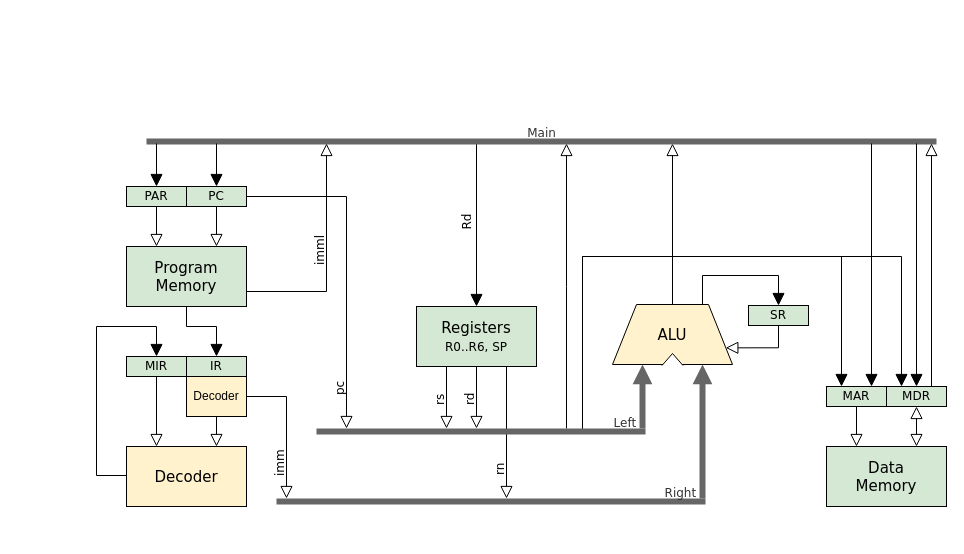
The draw.io diagram Docs/CPU74Diagram.drawio in John-Lluch/CPU74, before the edit. Source tidied: cells renumbered, new cells numbered last; positions are measured from the earlier drawing's top-left corner, leaving out a move shared by most shapes. Both pictures are drawn from the tidied source at 100%, with x=0, y=0 at pixel (96, 136).
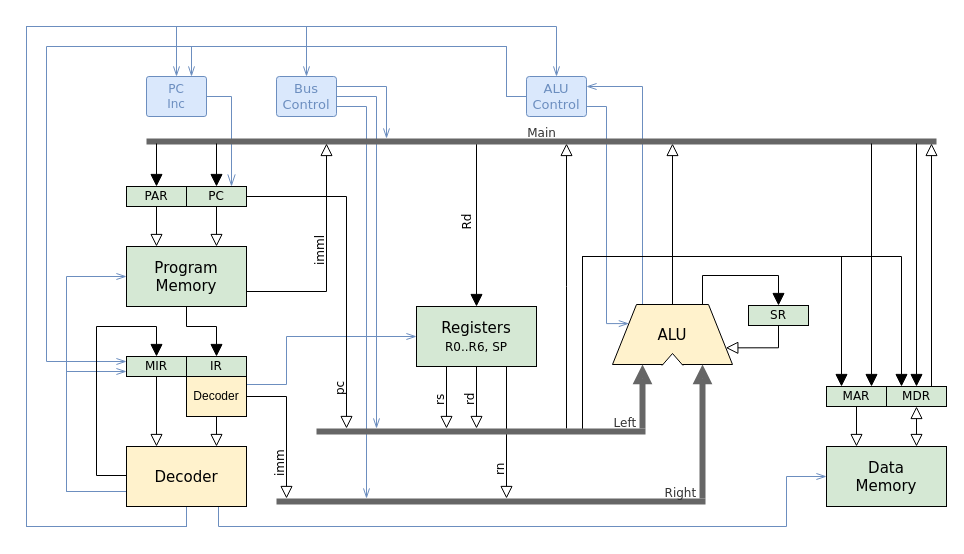
After the change.

Unchanged cells that the change refers to:
```xml
<mxCell id="4" value="ALU" style="shape=trapezoid;perimeter=trapezoidPerimeter;whiteSpace=wrap;html=1;strokeWidth=1;fontFamily=Verdana;fontSize=15;fillColor=#fff2cc;strokeColor=#000000;rotation=0;" parent="1" vertex="1">
  <mxGeometry x="516" y="168" width="120" height="60" as="geometry" />
</mxCell>
<mxCell id="10" value="&lt;font&gt;Registers&lt;br&gt;&lt;font style=&quot;font-size: 12px&quot;&gt;R0..R6, SP&lt;/font&gt;&lt;/font&gt;" style="text;html=1;strokeColor=#000000;fillColor=#d5e8d4;align=center;verticalAlign=middle;whiteSpace=wrap;rounded=0;strokeWidth=1;fontFamily=Verdana;fontSize=15;" parent="1" vertex="1">
  <mxGeometry x="320" y="170" width="120" height="60" as="geometry" />
</mxCell>
<mxCell id="11" value="Left&amp;nbsp;" style="line;strokeWidth=6;html=1;perimeter=backbonePerimeter;points=[];outlineConnect=0;fontFamily=Verdana;fontSize=12;horizontal=1;verticalAlign=bottom;labelBackgroundColor=none;align=right;spacing=6;fillColor=#f5f5f5;strokeColor=#666666;fontColor=#333333;" parent="1" vertex="1">
  <mxGeometry x="220" y="290" width="329" height="10" as="geometry" />
</mxCell>
<mxCell id="13" value="Right&amp;nbsp;" style="line;strokeWidth=6;html=1;perimeter=backbonePerimeter;points=[];outlineConnect=0;fontFamily=Verdana;fontSize=12;spacing=6;verticalAlign=bottom;shadow=0;align=right;fillColor=#f5f5f5;strokeColor=#666666;fontColor=#333333;labelBackgroundColor=none;" parent="1" vertex="1">
  <mxGeometry x="180" y="360" width="429" height="10" as="geometry" />
</mxCell>
<mxCell id="15" value="Main" style="line;strokeWidth=6;html=1;perimeter=backbonePerimeter;points=[];outlineConnect=0;fontFamily=Verdana;fontSize=12;spacing=6;verticalAlign=bottom;fillColor=#f5f5f5;strokeColor=#666666;shadow=0;align=center;fontColor=#333333;labelBackgroundColor=none;" parent="1" vertex="1">
  <mxGeometry x="50" width="790" height="10" as="geometry" />
</mxCell>
<mxCell id="27" value="Decoder" style="text;html=1;strokeColor=#000000;fillColor=#fff2cc;align=center;verticalAlign=middle;whiteSpace=wrap;rounded=0;strokeWidth=1;fontFamily=Verdana;fontSize=15;" parent="1" vertex="1">
  <mxGeometry x="30" y="310" width="120" height="60" as="geometry" />
</mxCell>
<mxCell id="30" value="MIR" style="text;html=1;strokeColor=#000000;fillColor=#d5e8d4;align=center;verticalAlign=middle;whiteSpace=wrap;rounded=0;strokeWidth=1;fontFamily=Verdana;fontSize=12;" parent="1" vertex="1">
  <mxGeometry x="30" y="220" width="60" height="20" as="geometry" />
</mxCell>
<mxCell id="35" value="Data&lt;br&gt;Memory" style="text;html=1;strokeColor=#000000;fillColor=#d5e8d4;align=center;verticalAlign=middle;whiteSpace=wrap;rounded=0;strokeWidth=1;fontFamily=Verdana;fontSize=15;" parent="1" vertex="1">
  <mxGeometry x="730" y="310" width="120" height="60" as="geometry" />
</mxCell>
<mxCell id="40" value="Program&lt;br&gt;Memory" style="text;html=1;strokeColor=#000000;fillColor=#d5e8d4;align=center;verticalAlign=middle;whiteSpace=wrap;rounded=0;strokeWidth=1;fontFamily=Verdana;fontSize=15;" parent="1" vertex="1">
  <mxGeometry x="30" y="110" width="120" height="60" as="geometry" />
</mxCell>
<mxCell id="43" value="PC" style="text;html=1;strokeColor=#000000;fillColor=#d5e8d4;align=center;verticalAlign=middle;whiteSpace=wrap;rounded=0;strokeWidth=1;fontFamily=Verdana;fontSize=12;" parent="1" vertex="1">
  <mxGeometry x="90" y="50" width="60" height="20" as="geometry" />
</mxCell>
<mxCell id="47" value="Decoder" style="rounded=0;whiteSpace=wrap;html=1;fillColor=#fff2cc;strokeColor=#000000;" parent="1" vertex="1">
  <mxGeometry x="90" y="240" width="60" height="40" as="geometry" />
</mxCell>
```

What changed in the source:
```diff
@@
+    <mxCell id="49" parent="0" />
+    <mxCell id="50" style="edgeStyle=orthogonalEdgeStyle;rounded=0;comic=0;jettySize=auto;html=1;exitX=0.5;exitY=1;exitDx=0;exitDy=0;entryX=0.5;entryY=0;entryDx=0;entryDy=0;shadow=0;startSize=8;endArrow=openThin;endFill=0;endSize=8;strokeColor=#6c8ebf;strokeWidth=1;fontFamily=Verdana;fontSize=12;fontColor=#6C8EBF;fillColor=#dae8fc;" parent="49" edge="1" source="27" target="54">
+      <mxGeometry relative="1" as="geometry">
+        <Array as="points">
+          <mxPoint x="90" y="390" />
+          <mxPoint x="-70" y="390" />
+          <mxPoint x="-70" y="-110" />
+          <mxPoint x="460" y="-110" />
+        </Array>
+      </mxGeometry>
+    </mxCell>
+    <mxCell id="51" style="edgeStyle=orthogonalEdgeStyle;rounded=0;comic=0;jettySize=auto;html=1;exitX=1;exitY=0.75;exitDx=0;exitDy=0;entryX=0;entryY=0.25;entryDx=0;entryDy=0;shadow=0;startSize=8;endArrow=openThin;endFill=0;endSize=8;strokeColor=#6c8ebf;strokeWidth=1;fontFamily=Verdana;fontSize=12;fontColor=#6C8EBF;fillColor=#dae8fc;" parent="49" edge="1" source="54" target="4">
+      <mxGeometry relative="1" as="geometry">
+        <Array as="points">
+          <mxPoint x="510" y="-30" />
+          <mxPoint x="510" y="187" />
+        </Array>
+      </mxGeometry>
+    </mxCell>
+    <mxCell id="52" style="edgeStyle=orthogonalEdgeStyle;rounded=0;jettySize=auto;html=1;fontSize=12;entryX=0.75;entryY=0;entryDx=0;entryDy=0;endArrow=openThin;endFill=0;strokeWidth=1;endSize=10;startSize=10;exitX=1;exitY=0.5;exitDx=0;exitDy=0;fillColor=#dae8fc;strokeColor=#6c8ebf;" parent="49" edge="1" source="53" target="43">
+      <mxGeometry relative="1" as="geometry">
+        <Array as="points">
+          <mxPoint x="135" y="-40" />
+        </Array>
+      </mxGeometry>
+    </mxCell>
+    <mxCell id="53" value="PC&lt;br&gt;Inc" style="text;html=1;strokeColor=#6c8ebf;fillColor=#dae8fc;align=center;verticalAlign=middle;whiteSpace=wrap;rounded=1;fontSize=12;fontFamily=Verdana;arcSize=6;fontColor=#6C8EBF;" parent="49" vertex="1">
+      <mxGeometry x="50" y="-60" width="60" height="40" as="geometry" />
+    </mxCell>
+    <mxCell id="54" value="&lt;font face=&quot;Verdana&quot; style=&quot;font-size: 13px&quot;&gt;ALU Control&lt;/font&gt;" style="rounded=1;whiteSpace=wrap;html=1;fillColor=#dae8fc;strokeColor=#6c8ebf;arcSize=7;fontColor=#6C8EBF;" parent="49" vertex="1">
+      <mxGeometry x="430" y="-60" width="60" height="40" as="geometry" />
+    </mxCell>
+    <mxCell id="55" style="edgeStyle=orthogonalEdgeStyle;rounded=0;comic=0;jettySize=auto;html=1;exitX=1;exitY=0.75;exitDx=0;exitDy=0;shadow=0;startSize=8;endArrow=openThin;endFill=0;endSize=8;strokeColor=#6c8ebf;strokeWidth=1;fontFamily=Verdana;fontSize=12;fontColor=#6C8EBF;fillColor=#dae8fc;" parent="49" edge="1" source="58" target="13">
+      <mxGeometry relative="1" as="geometry">
+        <Array as="points">
+          <mxPoint x="270" y="-30" />
+        </Array>
+      </mxGeometry>
+    </mxCell>
+    <mxCell id="56" style="edgeStyle=orthogonalEdgeStyle;rounded=0;comic=0;jettySize=auto;html=1;exitX=1;exitY=0.5;exitDx=0;exitDy=0;shadow=0;startSize=8;endArrow=openThin;endFill=0;endSize=8;strokeColor=#6c8ebf;strokeWidth=1;fontFamily=Verdana;fontSize=12;fontColor=#6C8EBF;fillColor=#dae8fc;" parent="49" edge="1" source="58" target="11">
+      <mxGeometry relative="1" as="geometry">
+        <Array as="points">
+          <mxPoint x="280" y="-40" />
+        </Array>
+      </mxGeometry>
+    </mxCell>
+    <mxCell id="57" style="edgeStyle=orthogonalEdgeStyle;rounded=0;comic=0;jettySize=auto;html=1;exitX=1;exitY=0.25;exitDx=0;exitDy=0;shadow=0;startSize=8;endArrow=openThin;endFill=0;endSize=8;strokeColor=#6c8ebf;strokeWidth=1;fontFamily=Verdana;fontSize=12;fontColor=#6C8EBF;fillColor=#dae8fc;" parent="49" edge="1" source="58" target="15">
+      <mxGeometry relative="1" as="geometry">
+        <Array as="points">
+          <mxPoint x="290" y="-50" />
+        </Array>
+      </mxGeometry>
+    </mxCell>
+    <mxCell id="58" value="&lt;font face=&quot;Verdana&quot; style=&quot;font-size: 13px&quot;&gt;Bus&lt;br&gt;Control&lt;/font&gt;" style="rounded=1;whiteSpace=wrap;html=1;fillColor=#dae8fc;strokeColor=#6c8ebf;arcSize=7;fontColor=#6C8EBF;" parent="49" vertex="1">
+      <mxGeometry x="180" y="-60" width="60" height="40" as="geometry" />
+    </mxCell>
+    <mxCell id="59" style="edgeStyle=orthogonalEdgeStyle;rounded=0;comic=0;jettySize=auto;html=1;exitX=0;exitY=0.75;exitDx=0;exitDy=0;entryX=0;entryY=0.5;entryDx=0;entryDy=0;shadow=0;startSize=8;endArrow=openThin;endFill=0;endSize=8;strokeColor=#6c8ebf;strokeWidth=1;fontFamily=Verdana;fontSize=12;fontColor=#6C8EBF;fillColor=#dae8fc;" parent="49" edge="1" source="27" target="40">
+      <mxGeometry relative="1" as="geometry">
+        <Array as="points">
+          <mxPoint x="-30" y="355" />
+          <mxPoint x="-30" y="140" />
+        </Array>
+      </mxGeometry>
+    </mxCell>
+    <mxCell id="60" style="edgeStyle=orthogonalEdgeStyle;rounded=0;comic=0;jettySize=auto;html=1;exitX=0.75;exitY=1;exitDx=0;exitDy=0;entryX=0;entryY=0.5;entryDx=0;entryDy=0;shadow=0;startSize=8;endArrow=openThin;endFill=0;endSize=8;strokeColor=#6c8ebf;strokeWidth=1;fontFamily=Verdana;fontSize=12;fontColor=#6C8EBF;fillColor=#dae8fc;" parent="49" edge="1" source="27" target="35">
+      <mxGeometry relative="1" as="geometry">
+        <Array as="points">
+          <mxPoint x="122" y="390" />
+          <mxPoint x="690" y="390" />
+          <mxPoint x="690" y="340" />
+        </Array>
+      </mxGeometry>
+    </mxCell>
+    <mxCell id="61" style="edgeStyle=orthogonalEdgeStyle;rounded=0;comic=0;jettySize=auto;html=1;exitX=0.5;exitY=1;exitDx=0;exitDy=0;shadow=0;startSize=8;endArrow=openThin;endFill=0;endSize=8;strokeColor=#6c8ebf;strokeWidth=1;fontFamily=Verdana;fontSize=12;fontColor=#6C8EBF;fillColor=#dae8fc;" parent="49" edge="1" source="27" target="53">
+      <mxGeometry relative="1" as="geometry">
+        <Array as="points">
+          <mxPoint x="90" y="390" />
+          <mxPoint x="-70" y="390" />
+          <mxPoint x="-70" y="-110" />
+          <mxPoint x="80" y="-110" />
+        </Array>
+      </mxGeometry>
+    </mxCell>
+    <mxCell id="62" style="edgeStyle=orthogonalEdgeStyle;rounded=0;comic=0;jettySize=auto;html=1;exitX=0.5;exitY=1;exitDx=0;exitDy=0;entryX=0.5;entryY=0;entryDx=0;entryDy=0;shadow=0;startSize=8;endArrow=openThin;endFill=0;endSize=8;strokeColor=#6c8ebf;strokeWidth=1;fontFamily=Verdana;fontSize=12;fontColor=#6C8EBF;fillColor=#dae8fc;" parent="49" edge="1" source="27" target="58">
+      <mxGeometry relative="1" as="geometry">
+        <Array as="points">
+          <mxPoint x="90" y="390" />
+          <mxPoint x="-70" y="390" />
+          <mxPoint x="-70" y="-110" />
+          <mxPoint x="210" y="-110" />
+        </Array>
+      </mxGeometry>
+    </mxCell>
+    <mxCell id="63" style="edgeStyle=orthogonalEdgeStyle;rounded=0;jettySize=auto;html=1;exitX=0;exitY=0.75;exitDx=0;exitDy=0;entryX=0;entryY=0.75;entryDx=0;entryDy=0;startArrow=none;startFill=0;startSize=8;endArrow=openThin;endFill=0;endSize=8;fontSize=12;align=left;fillColor=#dae8fc;strokeColor=#6c8ebf;" parent="49" edge="1" source="27" target="30">
+      <mxGeometry relative="1" as="geometry">
+        <Array as="points">
+          <mxPoint x="-30" y="355" />
+          <mxPoint x="-30" y="235" />
+        </Array>
+      </mxGeometry>
+    </mxCell>
+    <mxCell id="64" style="edgeStyle=orthogonalEdgeStyle;rounded=0;jettySize=auto;html=1;exitX=0;exitY=0.5;exitDx=0;exitDy=0;entryX=0.75;entryY=0;entryDx=0;entryDy=0;fillColor=#dae8fc;strokeColor=#6c8ebf;endSize=8;startSize=8;endArrow=openThin;endFill=0;" parent="49" edge="1" source="54" target="53">
+      <mxGeometry relative="1" as="geometry">
+        <Array as="points">
+          <mxPoint x="410" y="-40" />
+          <mxPoint x="410" y="-90" />
+          <mxPoint x="95" y="-90" />
+        </Array>
+      </mxGeometry>
+    </mxCell>
+    <mxCell id="65" style="edgeStyle=orthogonalEdgeStyle;rounded=0;jettySize=auto;html=1;exitX=1;exitY=0.25;exitDx=0;exitDy=0;entryX=0;entryY=0.5;entryDx=0;entryDy=0;startArrow=none;startFill=0;startSize=8;endArrow=openThin;endFill=0;endSize=8;fontColor=#6C8EBF;fillColor=#dae8fc;strokeColor=#6c8ebf;" parent="49" edge="1" source="47" target="10">
+      <mxGeometry relative="1" as="geometry">
+        <Array as="points">
+          <mxPoint x="150" y="248" />
+          <mxPoint x="190" y="248" />
+          <mxPoint x="190" y="200" />
+        </Array>
+      </mxGeometry>
+    </mxCell>
+    <mxCell id="66" style="edgeStyle=orthogonalEdgeStyle;rounded=0;jettySize=auto;html=1;exitX=0;exitY=0.5;exitDx=0;exitDy=0;entryX=0;entryY=0.25;entryDx=0;entryDy=0;startArrow=none;startFill=0;startSize=8;endArrow=openThin;endFill=0;endSize=8;fontColor=#6C8EBF;align=left;fillColor=#dae8fc;strokeColor=#6c8ebf;" parent="49" edge="1" source="54" target="30">
+      <mxGeometry relative="1" as="geometry">
+        <Array as="points">
+          <mxPoint x="410" y="-40" />
+          <mxPoint x="410" y="-90" />
+          <mxPoint x="-50" y="-90" />
+          <mxPoint x="-50" y="225" />
+        </Array>
+      </mxGeometry>
+    </mxCell>
+    <mxCell id="67" style="edgeStyle=orthogonalEdgeStyle;rounded=0;jettySize=auto;html=1;exitX=0.25;exitY=0;exitDx=0;exitDy=0;entryX=1;entryY=0.25;entryDx=0;entryDy=0;startArrow=none;startFill=0;startSize=8;endArrow=openThin;endFill=0;endSize=8;fontColor=#6C8EBF;align=left;fillColor=#dae8fc;strokeColor=#6c8ebf;" parent="49" edge="1" source="4" target="54">
+      <mxGeometry relative="1" as="geometry" />
+    </mxCell>
```
